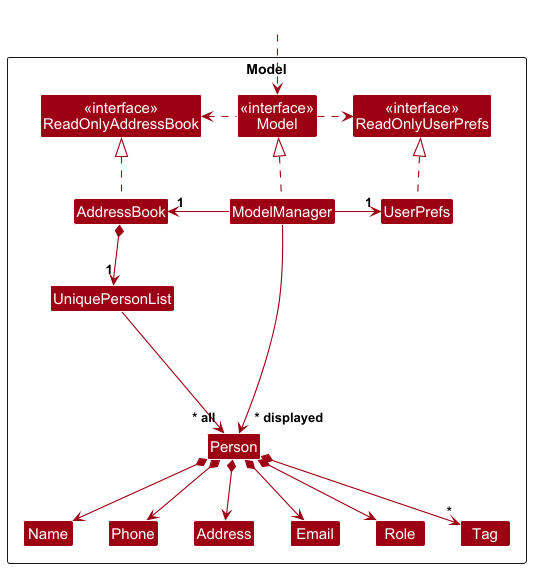
The PlantUML diagram docs/images/ModelClassDiagram.png in AY2627S1-CS2103T-F11-1/tp, before a commit.
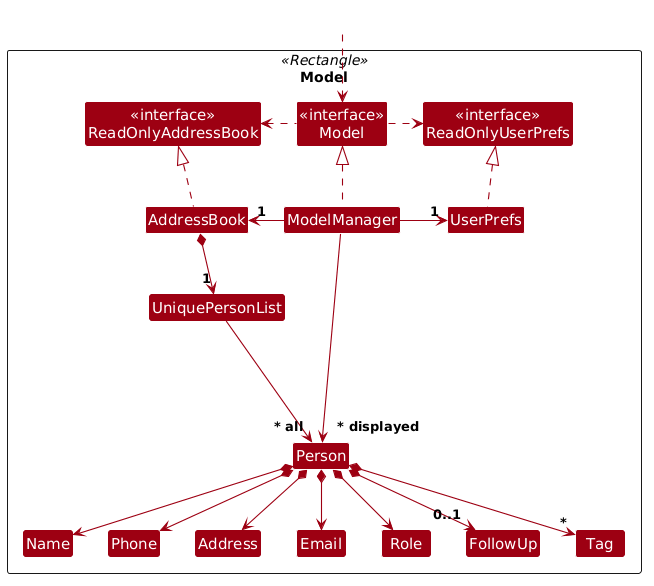
After the change.

Commit message:
Update Model and Storage UML diagrams for FollowUp

Diff of the diagram source:
```diff
@@ -1,5 +1,85 @@
 @startuml
-!include style.puml
+
+
+
+!define UI_COLOR #1D8900
+!define UI_COLOR_T1 #83E769
+!define UI_COLOR_T2 #3FC71B
+!define UI_COLOR_T3 #166800
+!define UI_COLOR_T4 #0E4100
+
+!define LOGIC_COLOR #3333C4
+!define LOGIC_COLOR_T1 #C8C8FA
+!define LOGIC_COLOR_T2 #6A6ADC
+!define LOGIC_COLOR_T3 #1616B0
+!define LOGIC_COLOR_T4 #101086
+
+!define MODEL_COLOR #9D0012
+!define MODEL_COLOR_T1 #F97181
+!define MODEL_COLOR_T2 #E41F36
+!define MODEL_COLOR_T3 #7B000E
+!define MODEL_COLOR_T4 #51000A
+
+!define STORAGE_COLOR #A38300
+!define STORAGE_COLOR_T1 #FFE374
+!define STORAGE_COLOR_T2 #EDC520
+!define STORAGE_COLOR_T3 #806600
+!define STORAGE_COLOR_T4 #544400
+
+!define USER_COLOR #000000
+
+skinparam Package {
+    BackgroundColor #FFFFFF
+    BorderThickness 1
+    FontSize 16
+}
+
+skinparam Class {
+    FontColor #FFFFFF
+    FontSize 15
+    BorderThickness 1
+    BorderColor #FFFFFF
+    StereotypeFontColor #FFFFFF
+    FontName Arial
+}
+
+skinparam Actor {
+    BorderColor USER_COLOR
+    Color USER_COLOR
+    FontName Arial
+}
+
+skinparam Sequence {
+    MessageAlign center
+    BoxFontSize 15
+    BoxPadding 0
+    BoxFontColor #FFFFFF
+    FontName Arial
+}
+
+skinparam Participant {
+    FontColor #FFFFFF
+    Padding 20
+}
+
+skinparam ArrowFontStyle bold
+skinparam MinClassWidth 50
+skinparam Shadowing false
+skinparam DefaultTextAlignment center
+skinparam packageStyle Rectangle
+
+<style>
+sequenceDiagram {
+    participant {
+        Margin 0 10
+    }
+}
+</style>
+
+hide footbox
+hide members
+hide circle
+
 skinparam arrowThickness 1.1
 skinparam arrowColor MODEL_COLOR
 skinparam classBackgroundColor MODEL_COLOR
@@ -19,6 +99,7 @@
 Class Name
 Class Phone
 Class Role
+Class FollowUp
 Class Tag
 
 Class I #FFFFFF
@@ -43,6 +124,7 @@
 Person *--> Email
 Person *--> Address
 Person *--> Role
+Person *--> "0..1" FollowUp
 Person *--> "*" Tag
 
 Person -[hidden]up--> I
@@ -52,7 +134,8 @@
 Phone -[hidden]right-> Address
 Address -[hidden]right-> Email
 Email -[hidden]right-> Role
-Role -[hidden]right-> Tag
+Role -[hidden]right-> FollowUp
+FollowUp -[hidden]right-> Tag
 
 ModelManager --> "~* displayed" Person
 @enduml
```
